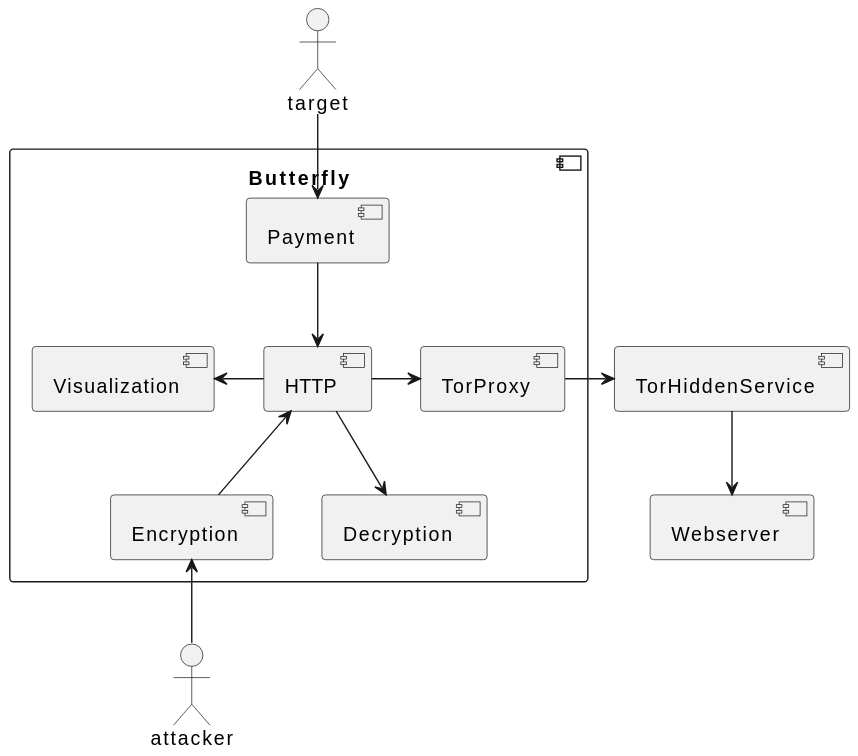
Above: architecture/component_diagrams/butterfly.svg in bierschi/butterfly (PlantUML), before the change.
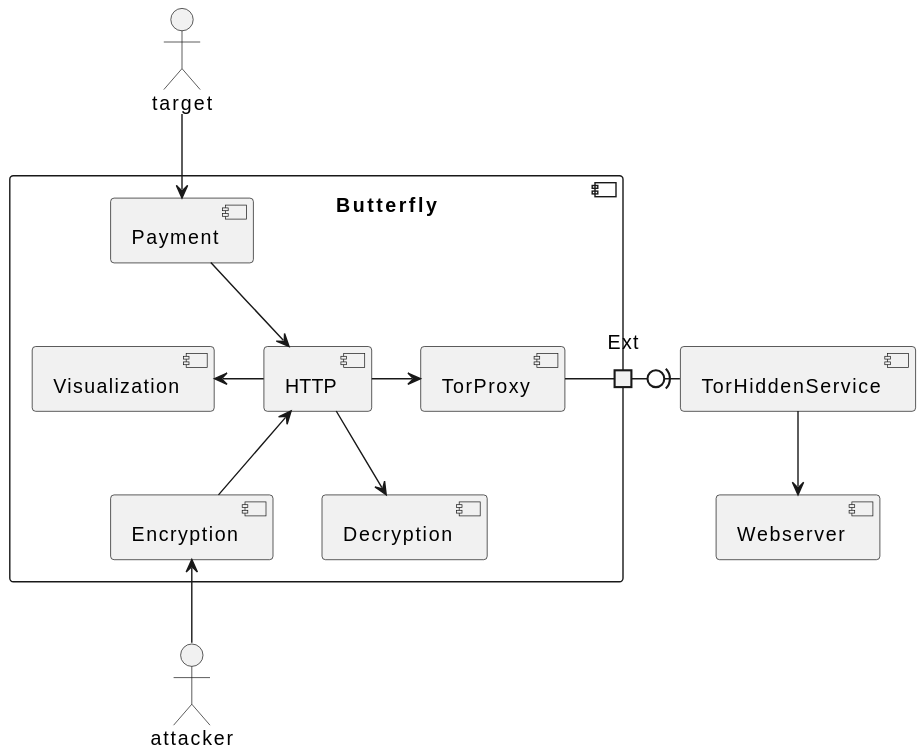
After the change.

Commit message:
Updated the butterfly component diagram

Change to the diagram source:
```diff
@@ -2,7 +2,7 @@
 actor target
 actor attacker
 
-component Butterfly {
+component Butterfly  as "                    Butterfly" {
 
 component Encryption
 component Decryption
@@ -10,8 +10,9 @@
 component Payment
 component Visualization
 component HTTP
+component TorProxy
 
-component TorProxy
+portout Ext
 
 attacker -u-> Encryption
 Encryption -u-> HTTP
@@ -29,6 +30,8 @@
 component TorHiddenService
 component Webserver
 
-TorProxy -> TorHiddenService
+TorProxy -r- Ext
+Ext -r0)- TorHiddenService
+
 TorHiddenService -d-> Webserver
 @enduml
```
